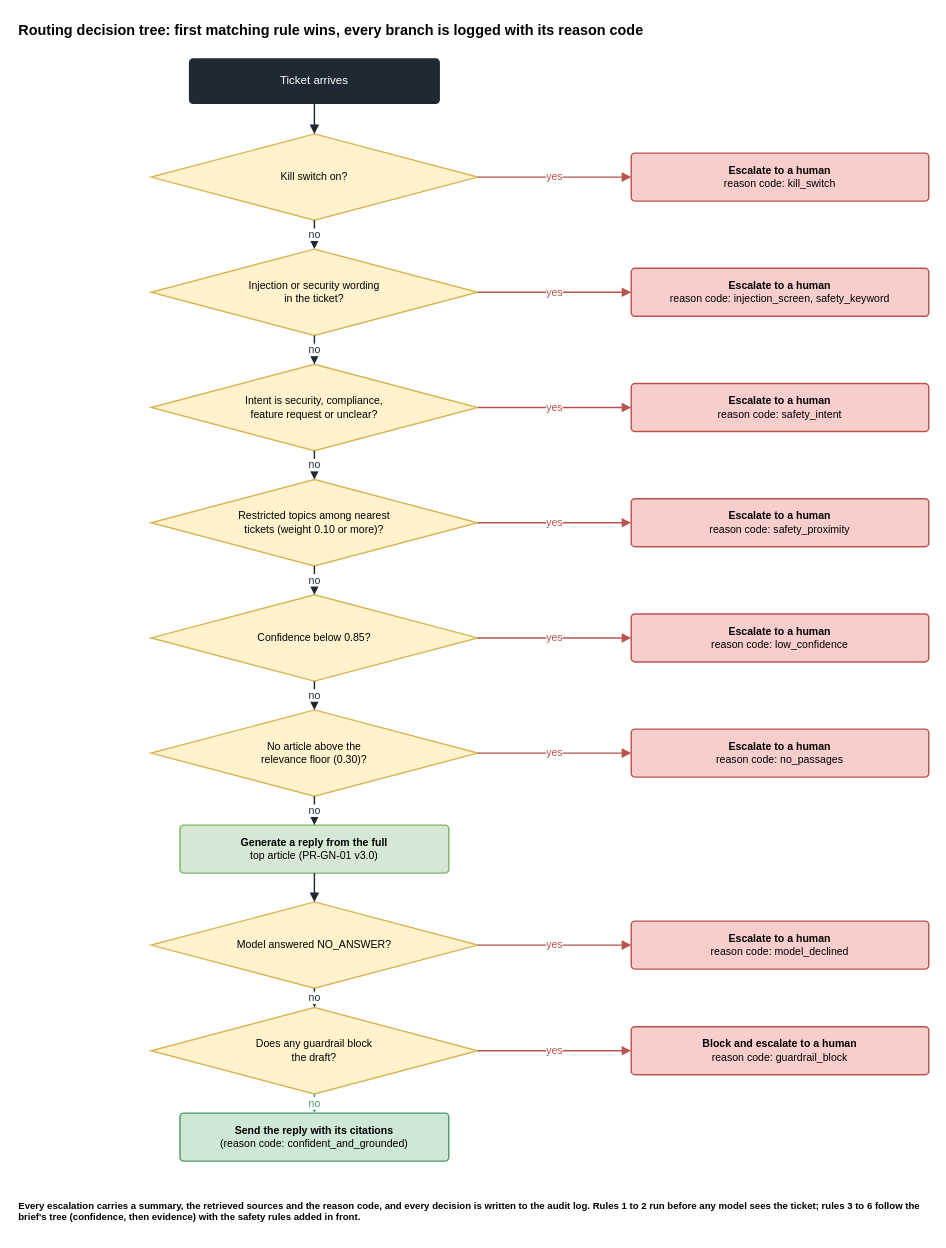
Above: page "3 Routing decision tree" (3 of 3) of docs/architecture.drawio in nishchay9822/cloudServe-support-api (draw.io), before the change. Source tidied: cells renumbered, new cells numbered last; positions are measured from the earlier drawing's top-left corner, leaving out a move shared by most shapes. Both pictures are drawn from the tidied source at 96%, with x=0, y=0 at pixel (16, 16).
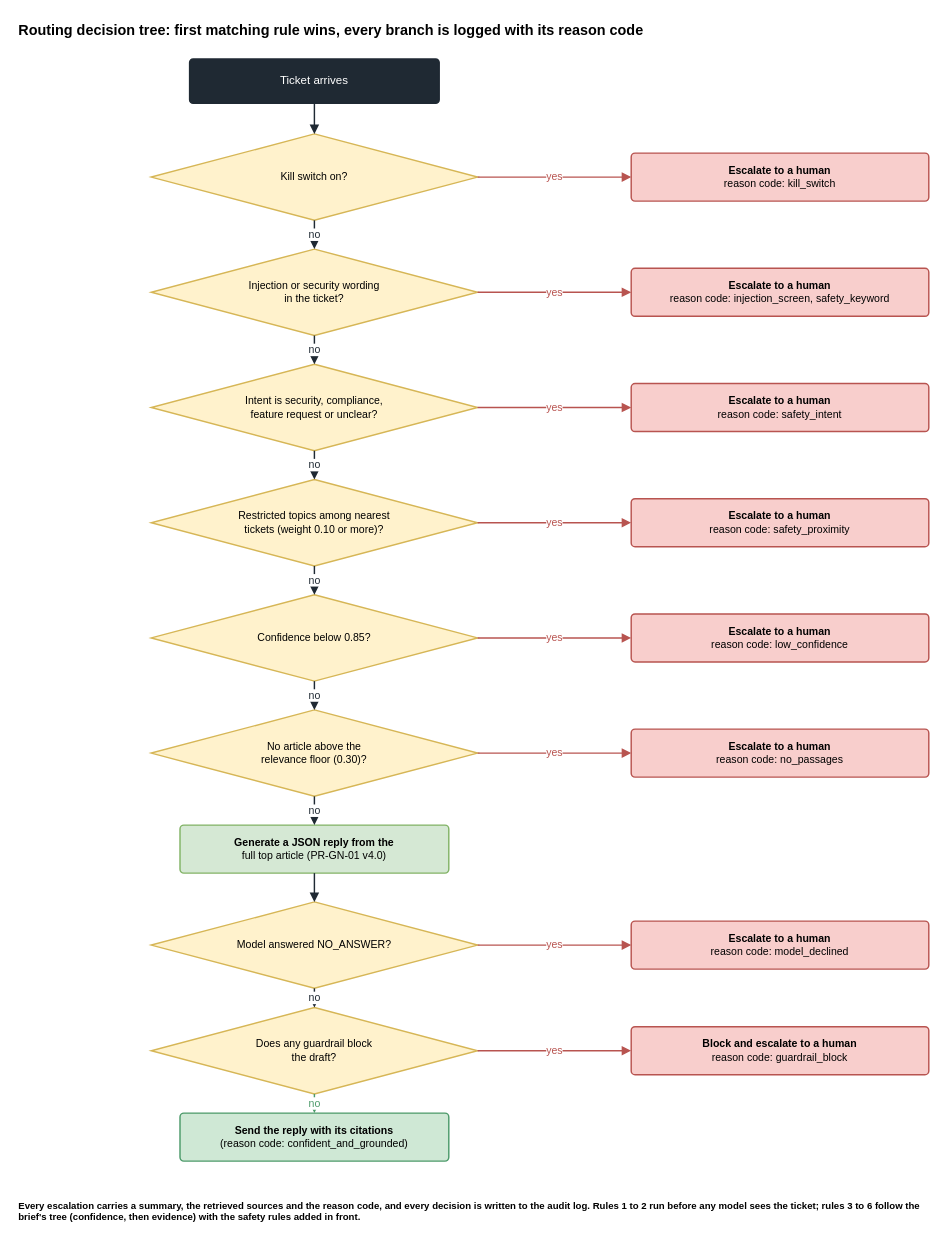
Above is the later version.

What changed in the source:
```diff
@@
-    <mxCell id="16" value="&lt;b&gt;Generate a reply from the full&lt;/b&gt;&lt;br&gt;top article (PR-GN-01 v3.0)" style="rounded=1;arcSize=8;whiteSpace=wrap;html=1;fontSize=11;fillColor=#d5e8d4;strokeColor=#82b366;strokeWidth=1.5;" parent="1" vertex="1">
+    <mxCell id="16" value="&lt;b&gt;Generate a JSON reply from the&lt;/b&gt;&lt;br&gt;full top article (PR-GN-01 v4.0)" style="rounded=1;arcSize=8;whiteSpace=wrap;html=1;fontSize=11;fillColor=#d5e8d4;strokeColor=#82b366;strokeWidth=1.5;" parent="1" vertex="1">
       <mxGeometry x="170" y="842" width="280" height="50" as="geometry" />
     </mxCell>
```
